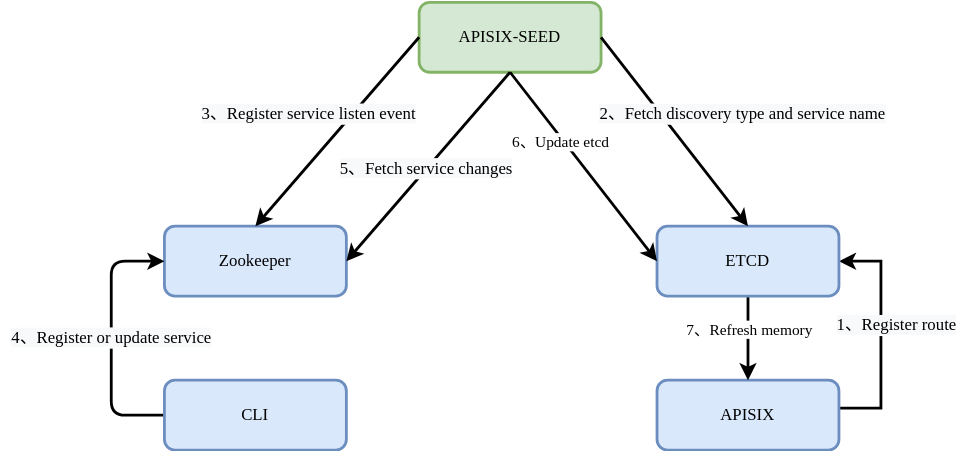
Above: docs/assets/images/apisix-seed.svg in apache/apisix (draw.io), before the change. Source tidied: cells renumbered, new cells last; positions are measured from the earlier drawing's top-left corner, leaving out a move shared by most shapes.
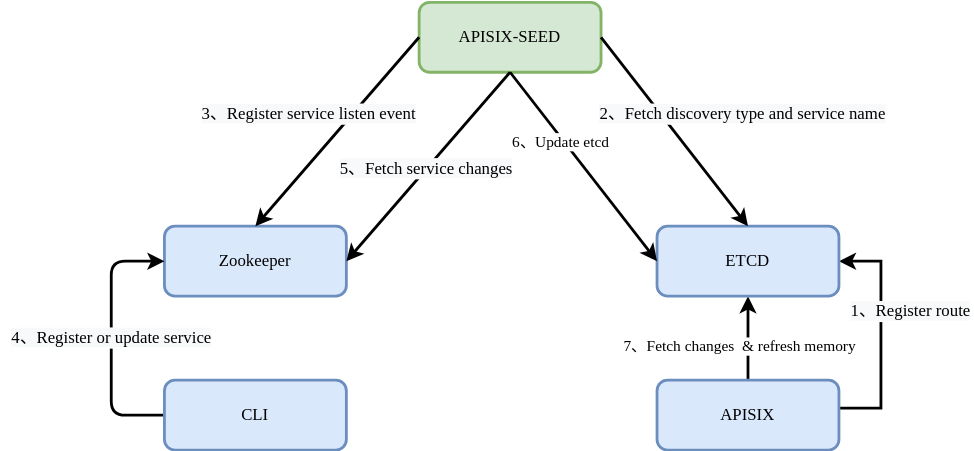
Later version of the same file.

Commit message:
feat(zookeeper): update architecture diagram

Change to the diagram source:
```diff
@@ -16,18 +16,20 @@
     </mxCell>
     <mxCell id="4" value="&lt;span style=&quot;font-family: &amp;#34;tahoma&amp;#34; ; font-size: 12px ; background-color: rgb(248 , 249 , 250)&quot;&gt;1、Register route&lt;/span&gt;" style="edgeLabel;html=1;align=center;verticalAlign=middle;" parent="3" vertex="1">
       <mxGeometry x="0.21" y="-1" relative="1" as="geometry">
-        <mxPoint x="9" as="offset" />
+        <mxPoint x="19" y="-10" as="offset" />
       </mxGeometry>
     </mxCell>
+    <mxCell id="21" style="edgeStyle=orthogonalEdgeStyle;rounded=0;jettySize=auto;html=1;exitX=0.5;exitY=0;exitDx=0;exitDy=0;entryX=0.5;entryY=1;entryDx=0;entryDy=0;strokeWidth=2;" parent="1" edge="1" source="5" target="8">
+      <mxGeometry relative="1" as="geometry" />
+    </mxCell>
+    <mxCell id="22" value="&lt;span style=&quot;font-family: &amp;#34;tahoma&amp;#34;&quot;&gt;7、Fetch changes&amp;nbsp; &amp;amp; refresh memory&lt;/span&gt;" style="edgeLabel;html=1;align=center;verticalAlign=middle;" parent="21" vertex="1">
+      <mxGeometry y="1" relative="1" as="geometry">
+        <mxPoint x="-6" y="5" as="offset" />
+      </mxGeometry>
+    </mxCell>
     <mxCell id="5" value="APISIX" style="rounded=1;whiteSpace=wrap;html=1;strokeWidth=2;fontFamily=Tahoma;fillColor=#dae8fc;strokeColor=#6c8ebf;" parent="1" vertex="1">
       <mxGeometry x="390" y="270" width="130" height="50" as="geometry" />
     </mxCell>
-    <mxCell id="6" style="edgeStyle=orthogonalEdgeStyle;rounded=0;jettySize=auto;html=1;exitX=0.5;exitY=1;exitDx=0;exitDy=0;entryX=0.5;entryY=0;entryDx=0;entryDy=0;fontFamily=Tahoma;strokeWidth=2;" parent="1" edge="1" source="8" target="5">
-      <mxGeometry relative="1" as="geometry" />
-    </mxCell>
-    <mxCell id="7" value="7、Refresh memory" style="edgeLabel;html=1;align=center;verticalAlign=middle;fontFamily=Tahoma;" parent="6" vertex="1">
-      <mxGeometry x="-0.25" relative="1" as="geometry" />
-    </mxCell>
     <mxCell id="8" value="ETCD" style="rounded=1;whiteSpace=wrap;html=1;strokeWidth=2;fontFamily=Tahoma;fillColor=#dae8fc;strokeColor=#6c8ebf;" parent="1" vertex="1">
       <mxGeometry x="390" y="160" width="130" height="50" as="geometry" />
     </mxCell>
```
